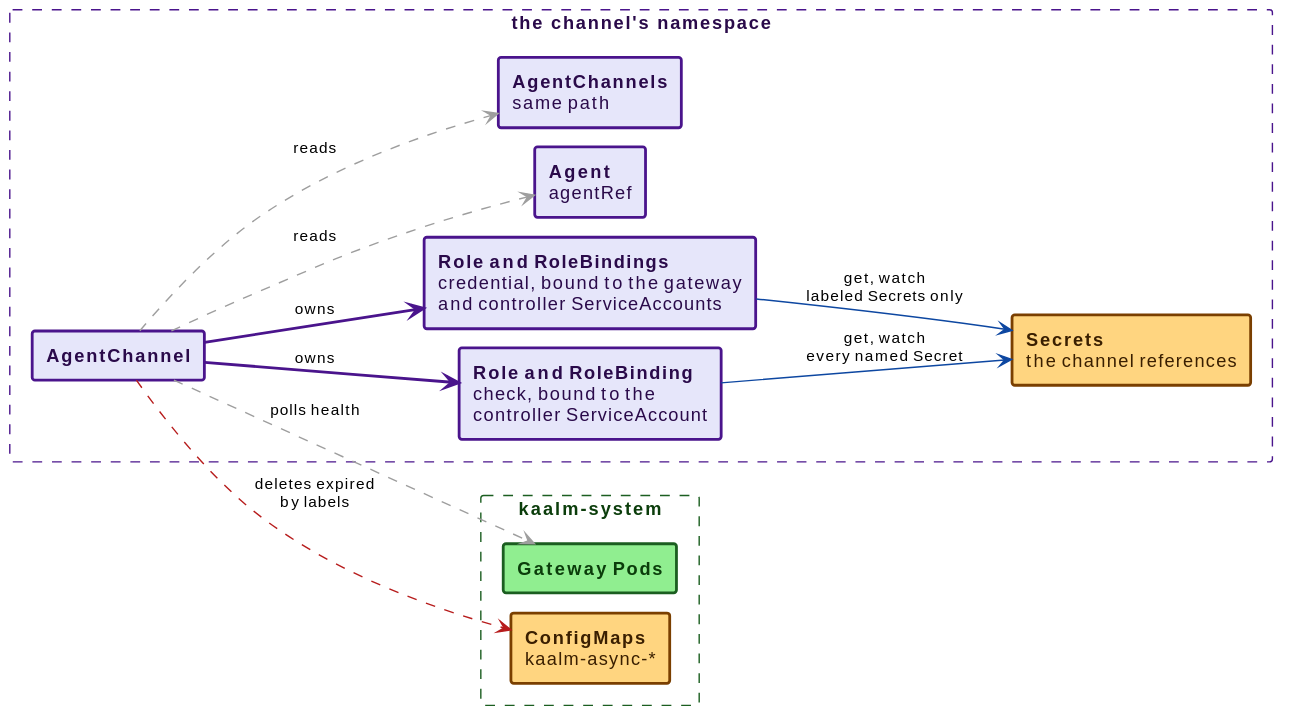
Before: docs/src/diagrams/agentchannel-objects.svg, a diagram exported from PlantUML (win07xp/kaalm).
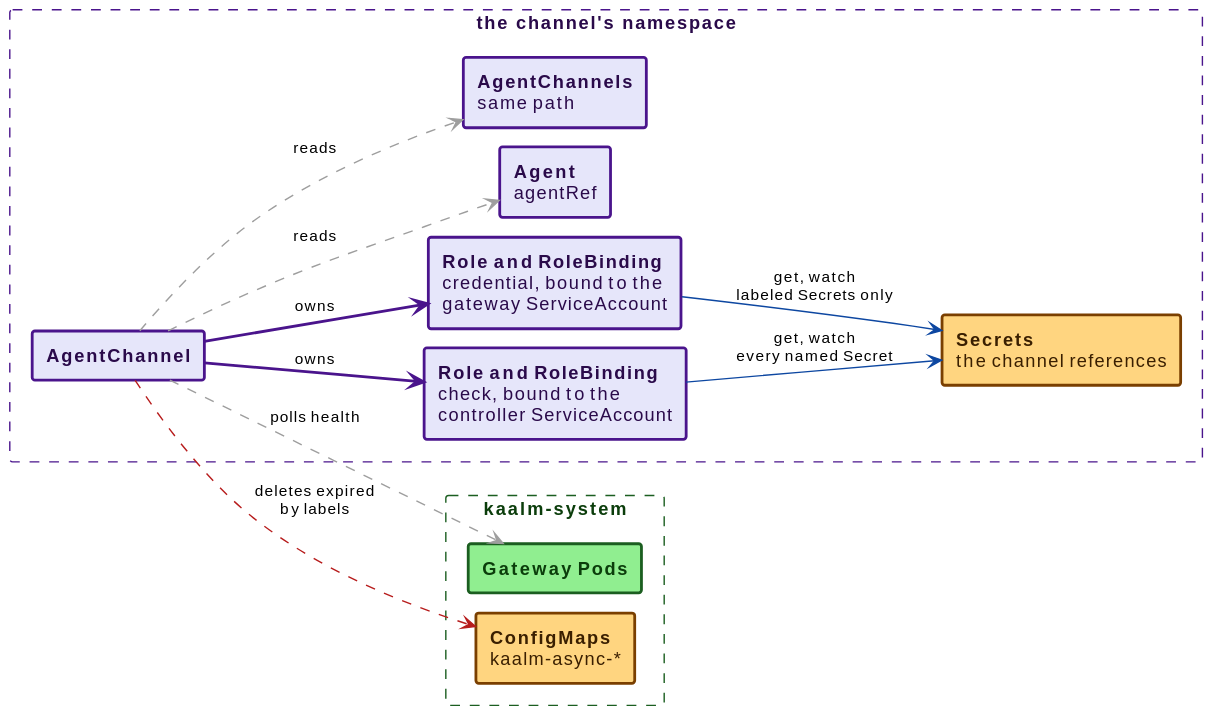
The same diagram one commit later.

Commit message:
docs: bind the channel credential Role to the gateway only

Change to the diagram source:
```diff
@@ -11,7 +11,7 @@
 rectangle "the channel's namespace" as ns #line:4A148C;line.dashed;text:2a0a4a {
   rectangle "**AgentChannel**" as chan #back:E6E6FA;line:4A148C;line.bold;text:2a0a4a
   rectangle "**Role and RoleBinding**\ncheck, bound to the\ncontroller ServiceAccount" as check #back:E6E6FA;line:4A148C;line.bold;text:2a0a4a
-  rectangle "**Role and RoleBindings**\ncredential, bound to the gateway\nand controller ServiceAccounts" as creds #back:E6E6FA;line:4A148C;line.bold;text:2a0a4a
+  rectangle "**Role and RoleBinding**\ncredential, bound to the\ngateway ServiceAccount" as creds #back:E6E6FA;line:4A148C;line.bold;text:2a0a4a
   rectangle "**Secrets**\nthe channel references" as sec #back:FFD580;line:7a3f00;line.bold;text:3a1f00
   rectangle "**Agent**\nagentRef" as agent #back:E6E6FA;line:4A148C;line.bold;text:2a0a4a
   rectangle "**AgentChannels**\nsame path" as sib #back:E6E6FA;line:4A148C;line.bold;text:2a0a4a
```
